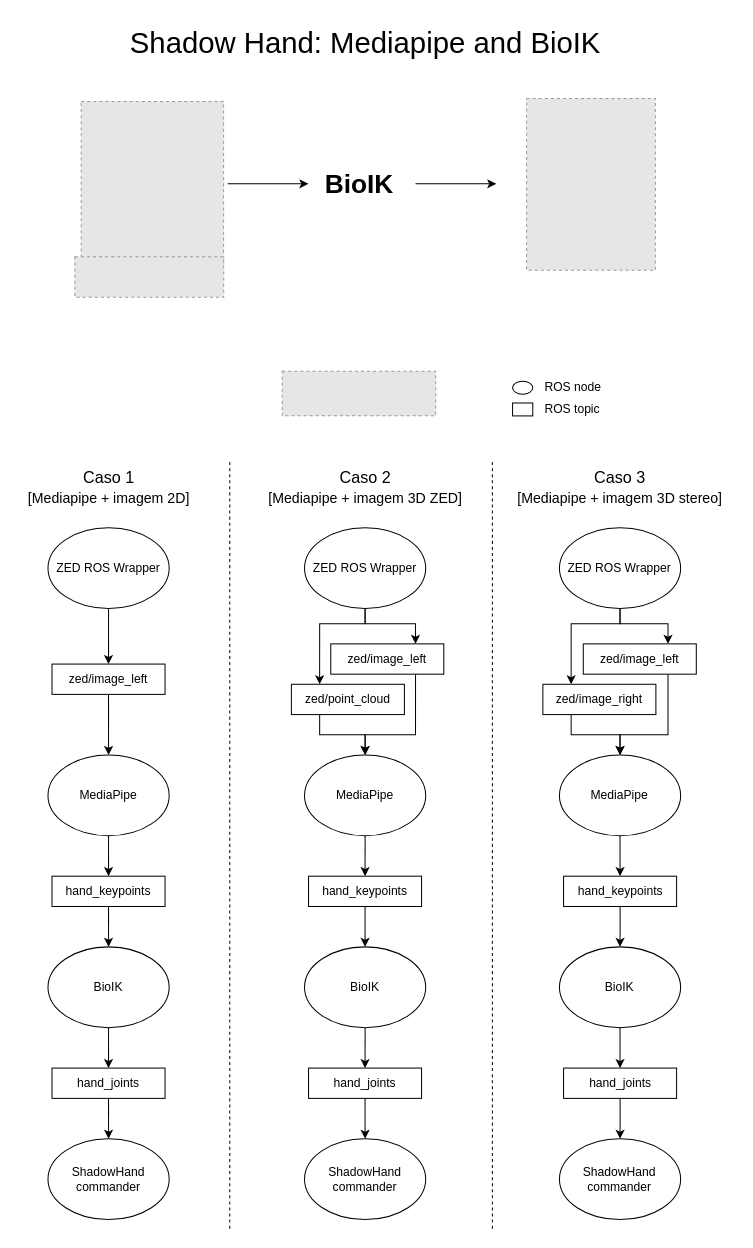
Above: Estrutura.drawio in BrunoSantosCode/Shadow-Hand-Mediapipe-and-BioIK (draw.io), before the change. Source tidied: cells renumbered, new cells numbered last; positions are measured from the earlier drawing's top-left corner, leaving out a move shared by most shapes. Both pictures are drawn from the tidied source at 101%, with x=0, y=0 at pixel (17, 17). Pictures stored in the file or linked from it are replaced by grey dashed boxes.
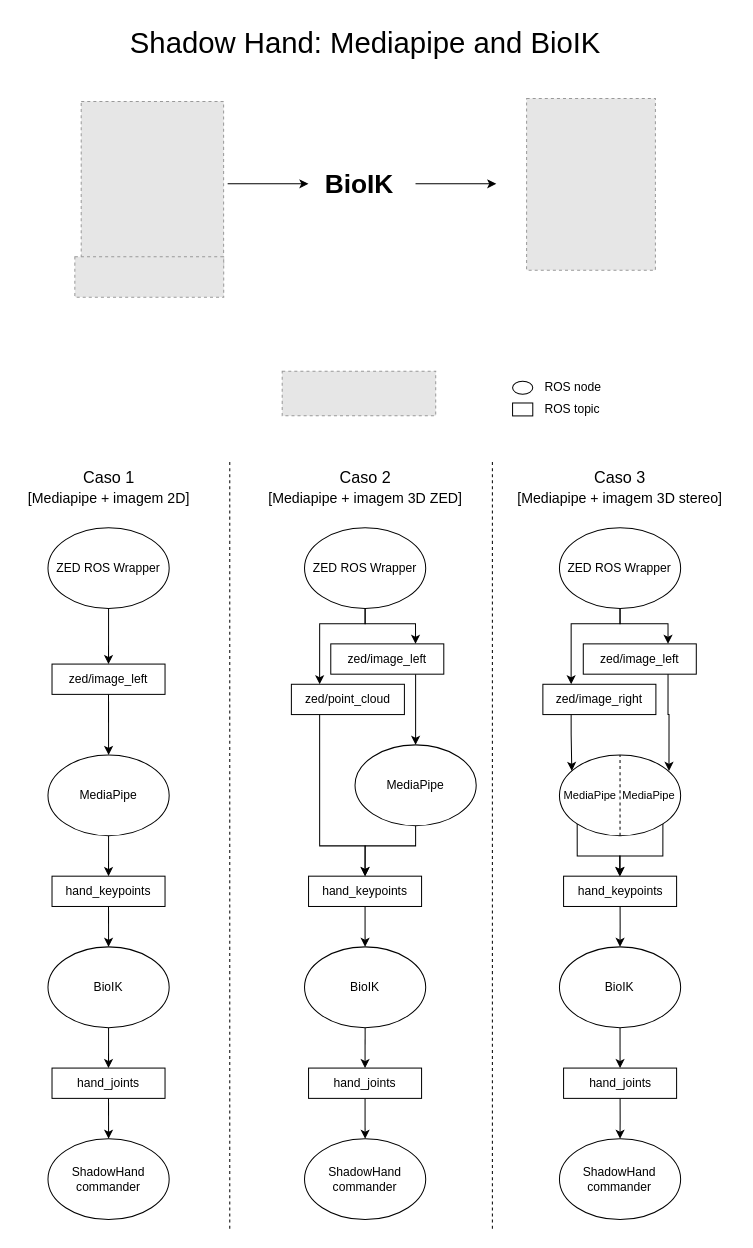
The same diagram, later.

Unchanged cells that the change refers to:
```xml
<mxCell id="31" value="zed/image_left" style="rounded=0;whiteSpace=wrap;html=1;" parent="1" vertex="1">
  <mxGeometry x="310" y="620" width="111.9" height="30" as="geometry" />
</mxCell>
<mxCell id="33" value="zed/point_cloud" style="rounded=0;whiteSpace=wrap;html=1;" parent="1" vertex="1">
  <mxGeometry x="271" y="660" width="111.9" height="30" as="geometry" />
</mxCell>
<mxCell id="35" value="zed/image_right" style="rounded=0;whiteSpace=wrap;html=1;" parent="1" vertex="1">
  <mxGeometry x="520" y="660" width="111.9" height="30" as="geometry" />
</mxCell>
<mxCell id="37" value="zed/image_left" style="rounded=0;whiteSpace=wrap;html=1;" parent="1" vertex="1">
  <mxGeometry x="560" y="620" width="111.9" height="30" as="geometry" />
</mxCell>
<mxCell id="45" value="hand_keypoints" style="rounded=0;whiteSpace=wrap;html=1;" parent="1" vertex="1">
  <mxGeometry x="288" y="850" width="111.9" height="30" as="geometry" />
</mxCell>
<mxCell id="47" value="hand_keypoints" style="rounded=0;whiteSpace=wrap;html=1;" parent="1" vertex="1">
  <mxGeometry x="540.5" y="850" width="111.9" height="30" as="geometry" />
</mxCell>
```

What changed in the source:
```diff
@@
     <mxCell id="30" style="edgeStyle=orthogonalEdgeStyle;rounded=0;jettySize=auto;html=1;exitX=0.75;exitY=1;exitDx=0;exitDy=0;entryX=0.5;entryY=0;entryDx=0;entryDy=0;" parent="1" edge="1" source="31" target="39">
       <mxGeometry relative="1" as="geometry">
         <Array as="points">
-          <mxPoint x="394" y="710" />
-          <mxPoint x="344" y="710" />
+          <mxPoint x="394" y="720" />
+          <mxPoint x="394" y="720" />
         </Array>
       </mxGeometry>
     </mxCell>
@@
-    <mxCell id="32" style="edgeStyle=orthogonalEdgeStyle;rounded=0;jettySize=auto;html=1;exitX=0.25;exitY=1;exitDx=0;exitDy=0;entryX=0.5;entryY=0;entryDx=0;entryDy=0;" parent="1" edge="1" source="33" target="39">
-      <mxGeometry relative="1" as="geometry" />
-    </mxCell>
+    <mxCell id="64" style="edgeStyle=orthogonalEdgeStyle;rounded=0;jettySize=auto;html=1;exitX=0.25;exitY=1;exitDx=0;exitDy=0;entryX=0.5;entryY=0;entryDx=0;entryDy=0;" parent="1" edge="1" source="33" target="45">
+      <mxGeometry relative="1" as="geometry">
+        <Array as="points">
+          <mxPoint x="299" y="820" />
+          <mxPoint x="344" y="820" />
+        </Array>
+      </mxGeometry>
+    </mxCell>
@@
-    <mxCell id="34" style="edgeStyle=orthogonalEdgeStyle;rounded=0;jettySize=auto;html=1;exitX=0.25;exitY=1;exitDx=0;exitDy=0;entryX=0.5;entryY=0;entryDx=0;entryDy=0;" parent="1" edge="1" source="35" target="41">
+    <mxCell id="34" style="edgeStyle=orthogonalEdgeStyle;rounded=0;jettySize=auto;html=1;exitX=0.25;exitY=1;exitDx=0;exitDy=0;entryX=0.102;entryY=0.197;entryDx=0;entryDy=0;entryPerimeter=0;" parent="1" edge="1" source="35" target="41">
       <mxGeometry relative="1" as="geometry" />
     </mxCell>
@@
-    <mxCell id="36" style="edgeStyle=orthogonalEdgeStyle;rounded=0;jettySize=auto;html=1;exitX=0.75;exitY=1;exitDx=0;exitDy=0;entryX=0.5;entryY=0;entryDx=0;entryDy=0;" parent="1" edge="1" source="37" target="41">
-      <mxGeometry relative="1" as="geometry">
-        <Array as="points">
-          <mxPoint x="644" y="710" />
-          <mxPoint x="596" y="710" />
-        </Array>
-      </mxGeometry>
-    </mxCell>
@@
     <mxCell id="38" style="edgeStyle=orthogonalEdgeStyle;rounded=0;jettySize=auto;html=1;exitX=0.5;exitY=1;exitDx=0;exitDy=0;entryX=0.5;entryY=0;entryDx=0;entryDy=0;" parent="1" edge="1" source="39" target="45">
-      <mxGeometry relative="1" as="geometry" />
+      <mxGeometry relative="1" as="geometry">
+        <Array as="points">
+          <mxPoint x="394" y="820" />
+          <mxPoint x="344" y="820" />
+        </Array>
+      </mxGeometry>
     </mxCell>
     <mxCell id="39" value="MediaPipe" style="ellipse;whiteSpace=wrap;html=1;" parent="1" vertex="1">
-      <mxGeometry x="284" y="730" width="120" height="80" as="geometry" />
+      <mxGeometry x="334" y="720" width="120" height="80" as="geometry" />
     </mxCell>
-    <mxCell id="40" style="edgeStyle=orthogonalEdgeStyle;rounded=0;jettySize=auto;html=1;exitX=0.5;exitY=1;exitDx=0;exitDy=0;entryX=0.5;entryY=0;entryDx=0;entryDy=0;" parent="1" edge="1" source="41" target="47">
-      <mxGeometry relative="1" as="geometry" />
-    </mxCell>
-    <mxCell id="41" value="MediaPipe" style="ellipse;whiteSpace=wrap;html=1;" parent="1" vertex="1">
+    <mxCell id="41" value="&lt;font style=&quot;font-size: 11px;&quot;&gt;MediaPipe&amp;nbsp; MediaPipe&lt;/font&gt;" style="ellipse;whiteSpace=wrap;html=1;" parent="1" vertex="1">
       <mxGeometry x="536.4" y="730" width="120" height="80" as="geometry" />
     </mxCell>
@@
+    <mxCell id="36" style="edgeStyle=orthogonalEdgeStyle;rounded=0;jettySize=auto;html=1;exitX=0.75;exitY=1;exitDx=0;exitDy=0;entryX=0.904;entryY=0.197;entryDx=0;entryDy=0;entryPerimeter=0;" parent="1" edge="1" source="37" target="41">
+      <mxGeometry relative="1" as="geometry" />
+    </mxCell>
+    <mxCell id="40" style="edgeStyle=orthogonalEdgeStyle;rounded=0;jettySize=auto;html=1;exitX=0;exitY=1;exitDx=0;exitDy=0;entryX=0.5;entryY=0;entryDx=0;entryDy=0;" parent="1" edge="1" source="41" target="47">
+      <mxGeometry relative="1" as="geometry">
+        <Array as="points">
+          <mxPoint x="554" y="830" />
+          <mxPoint x="596" y="830" />
+        </Array>
+      </mxGeometry>
+    </mxCell>
+    <mxCell id="65" style="edgeStyle=orthogonalEdgeStyle;rounded=0;jettySize=auto;html=1;exitX=1;exitY=1;exitDx=0;exitDy=0;" parent="1" edge="1" source="41">
+      <mxGeometry relative="1" as="geometry">
+        <mxPoint x="596" y="850" as="targetPoint" />
+        <Array as="points">
+          <mxPoint x="639" y="830" />
+          <mxPoint x="596" y="830" />
+        </Array>
+      </mxGeometry>
+    </mxCell>
+    <mxCell id="66" style="endArrow=none;dashed=1;html=1;rounded=0;entryX=0.5;entryY=0;entryDx=0;entryDy=0;exitX=0.5;exitY=1;exitDx=0;exitDy=0;" parent="1" edge="1" source="41" target="41">
+      <mxGeometry relative="1" as="geometry" />
+    </mxCell>
```
